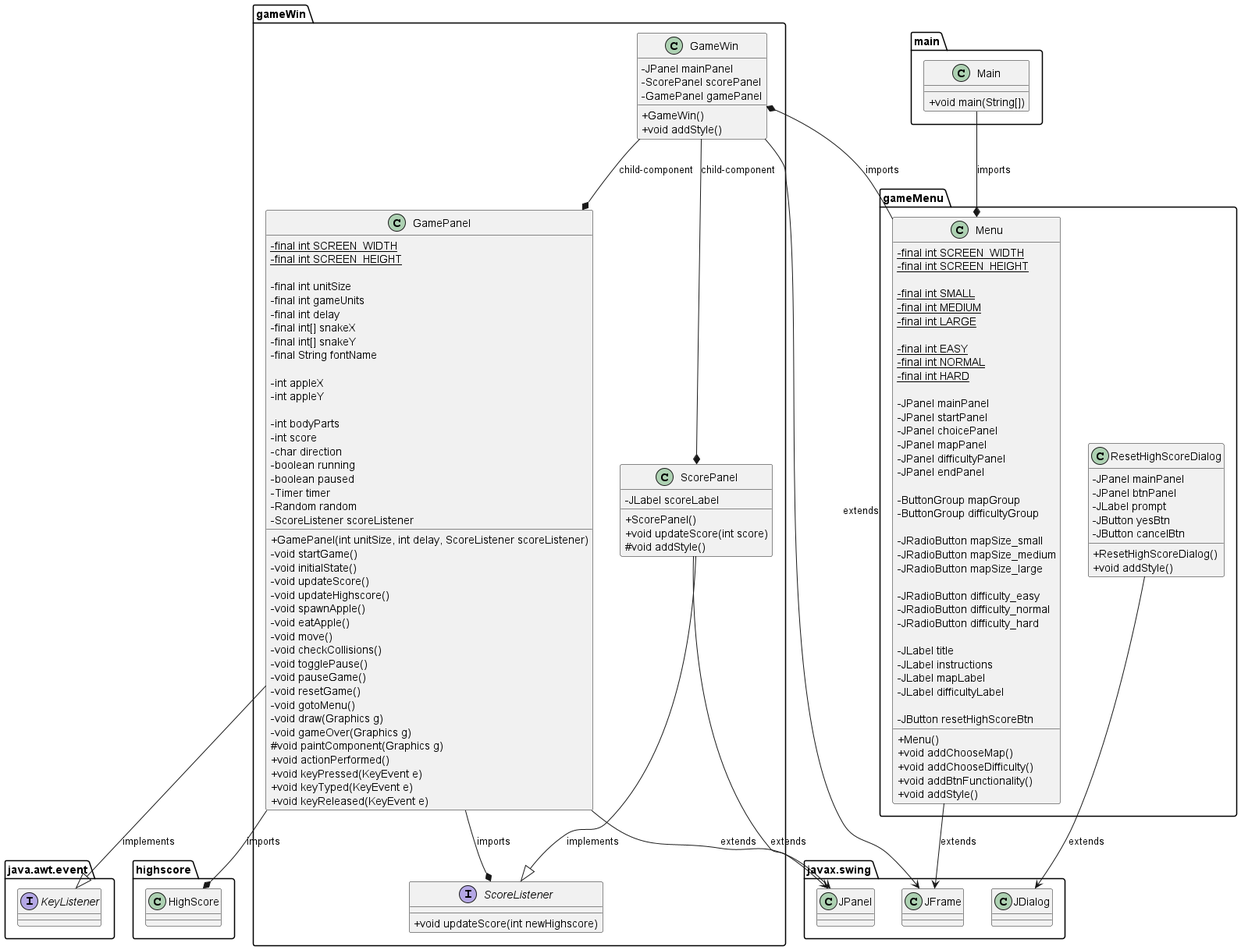
Before: docs/png/gameClassDiagram.png, a diagram exported from PlantUML (ShaheerSharif/snake-game-4th-sem).
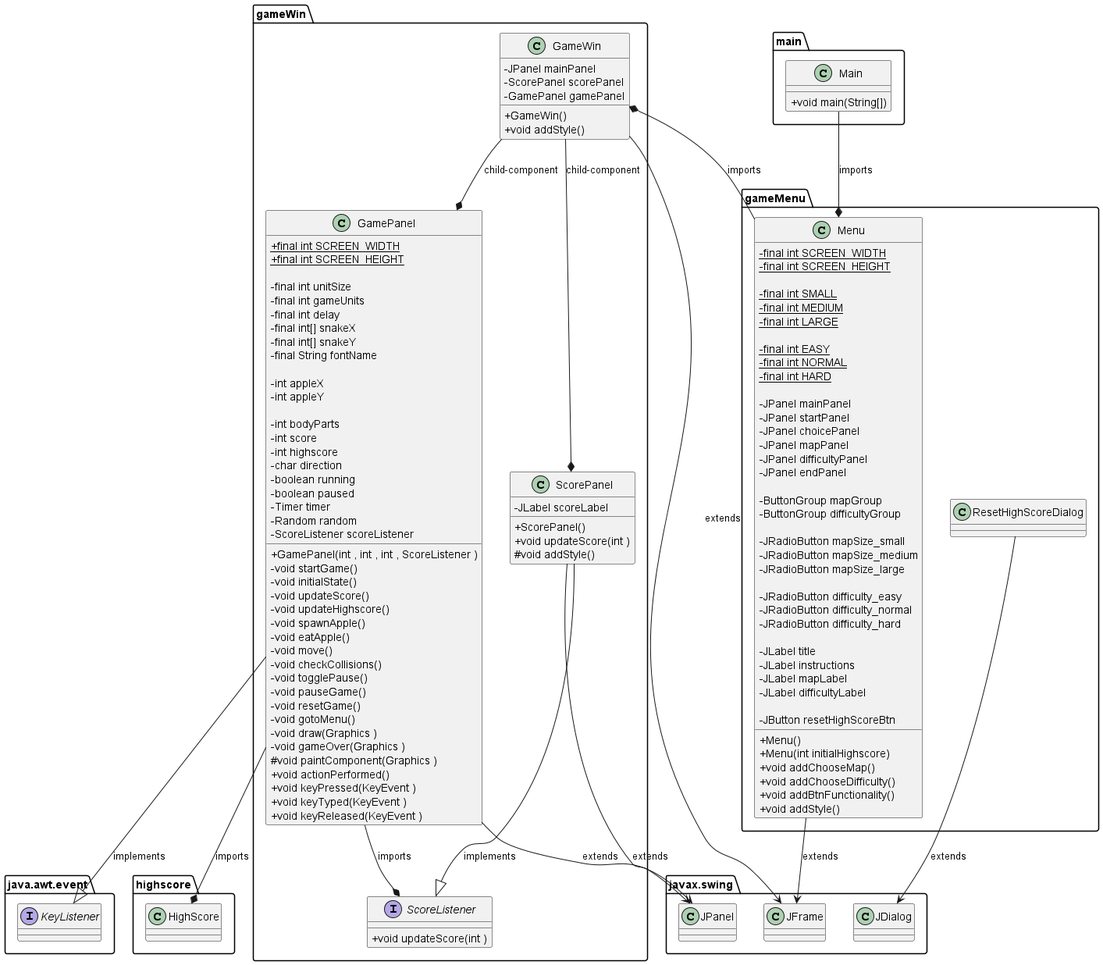
After the commit.

Diff of the diagram source:
```diff
@@ -88,26 +88,16 @@
         -JButton resetHighScoreBtn
 
         +Menu()
+        +Menu(int initialHighscore)
         +void addChooseMap()
         +void addChooseDifficulty()
         +void addBtnFunctionality()
         +void addStyle()
     }
 
-    class gameMenu.ResetHighScoreDialog {
-        -JPanel mainPanel
-        -JPanel btnPanel
-        -JLabel prompt
-        -JButton yesBtn
-        -JButton cancelBtn
-
-        +ResetHighScoreDialog()
-        +void addStyle()
-    }
-
     class gameWin.GamePanel {
-        -final int {static} SCREEN_WIDTH
-        -final int {static} SCREEN_HEIGHT
+        +final int {static} SCREEN_WIDTH
+        +final int {static} SCREEN_HEIGHT
 
         -final int unitSize
         -final int gameUnits
@@ -121,6 +111,7 @@
 
         -int bodyParts
         -int score
+        -int highscore
         -char direction
         -boolean running
         -boolean paused
@@ -128,7 +119,7 @@
         -Random random
         -ScoreListener scoreListener
 
-        +GamePanel(int unitSize, int delay, ScoreListener scoreListener)
+        +GamePanel(int , int , int , ScoreListener )
         -void startGame()
         -void initialState()
         -void updateScore()
@@ -141,20 +132,20 @@
         -void pauseGame()
         -void resetGame()
         -void gotoMenu()
-        -void draw(Graphics g)
-        -void gameOver(Graphics g)
-        #void paintComponent(Graphics g)
+        -void draw(Graphics )
+        -void gameOver(Graphics )
+        #void paintComponent(Graphics )
         +void actionPerformed()
-        +void keyPressed(KeyEvent e)
-        +void keyTyped(KeyEvent e)
-        +void keyReleased(KeyEvent e)
+        +void keyPressed(KeyEvent )
+        +void keyTyped(KeyEvent )
+        +void keyReleased(KeyEvent )
     }
 
     class gameWin.ScorePanel {
         -JLabel scoreLabel
 
         +ScorePanel()
-        +void updateScore(int score)
+        +void updateScore(int )
         #void addStyle()
     }
 
@@ -168,7 +159,7 @@
     }
 
     interface gameWin.ScoreListener {
-        +void updateScore(int newHighscore)
+        +void updateScore(int )
     }
 
 @enduml
```
